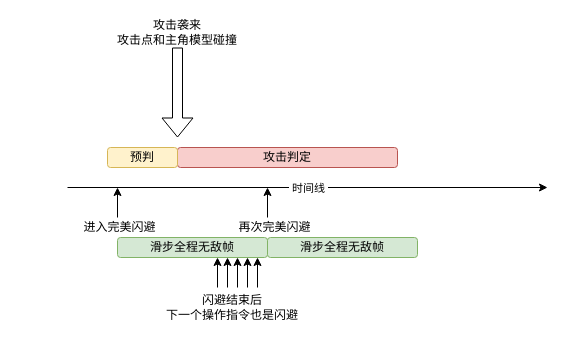
The draw.io diagram 攻击时间线2.drawio in pearhield/test, before the edit. Source tidied: cells renumbered, new cells numbered last; positions are measured from the earlier drawing's top-left corner, leaving out a move shared by most shapes. Both pictures are drawn from the tidied source at 100%, with x=0, y=0 at pixel (62, 17).
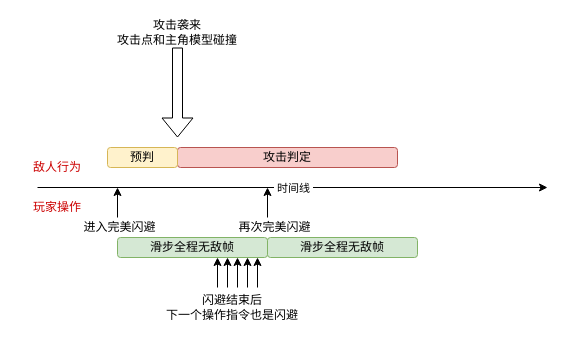
The same page after the edit.

Commit message:
更新攻击时间线2.drawio

Diff of the diagram source:
```diff
@@
     <mxCell id="2" style="endArrow=classic;html=1;rounded=0;" parent="1" edge="1">
       <mxGeometry relative="1" as="geometry">
-        <mxPoint x="5" y="170" as="sourcePoint" />
+        <mxPoint x="-25" y="170" as="sourcePoint" />
         <mxPoint x="485" y="170" as="targetPoint" />
       </mxGeometry>
     </mxCell>
@@
+    <mxCell id="20" value="敌人行为" style="text;html=1;strokeColor=none;fillColor=none;align=center;verticalAlign=middle;whiteSpace=wrap;rounded=0;fontColor=#CC0000;" parent="1" vertex="1">
+      <mxGeometry x="-45" y="140" width="80" height="20" as="geometry" />
+    </mxCell>
+    <mxCell id="21" value="玩家操作" style="text;html=1;strokeColor=none;fillColor=none;align=center;verticalAlign=middle;whiteSpace=wrap;rounded=0;fontColor=#CC0000;" parent="1" vertex="1">
+      <mxGeometry x="-45" y="180" width="80" height="20" as="geometry" />
+    </mxCell>
```
